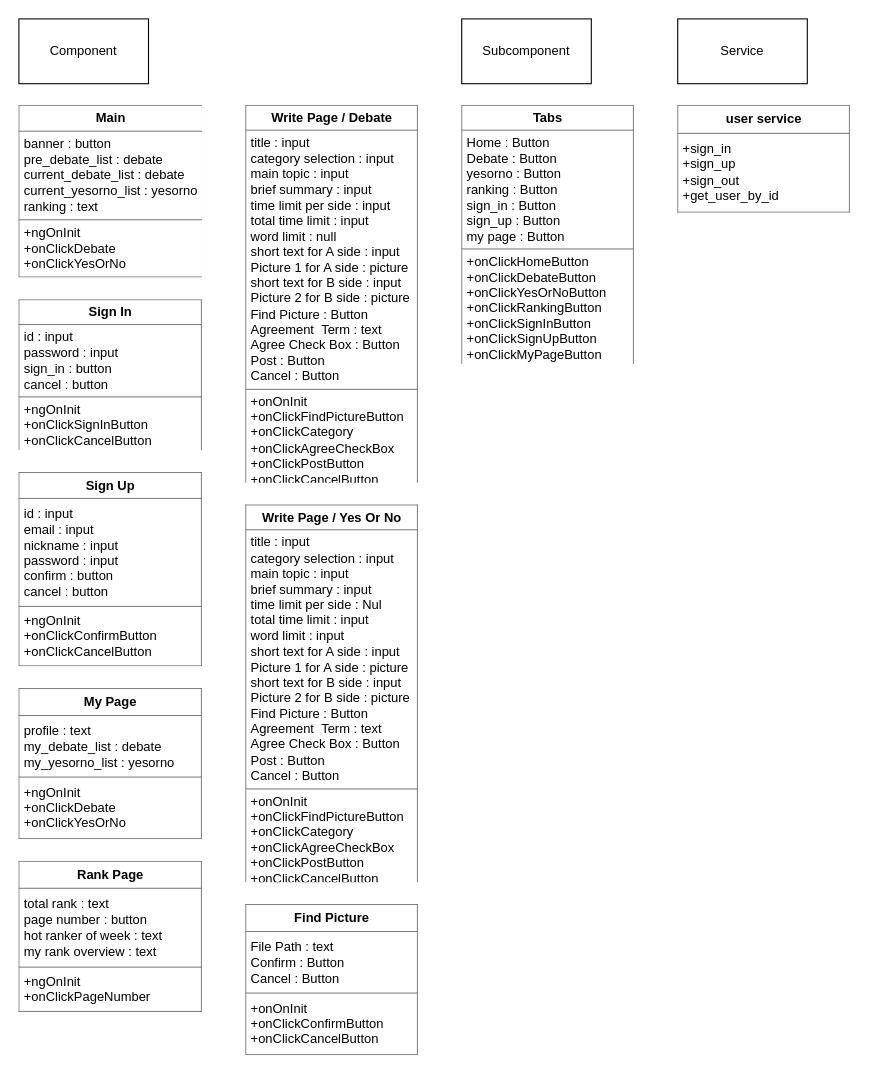
Above: design_and_planning/Main Component Final.drawio in monchana/TalkCraft (draw.io), before the change. Source tidied: cells renumbered, new cells numbered last; positions are measured from the earlier drawing's top-left corner, leaving out a move shared by most shapes. Both pictures are drawn from the tidied source at 108%, with x=0, y=0 at pixel (18, 18).
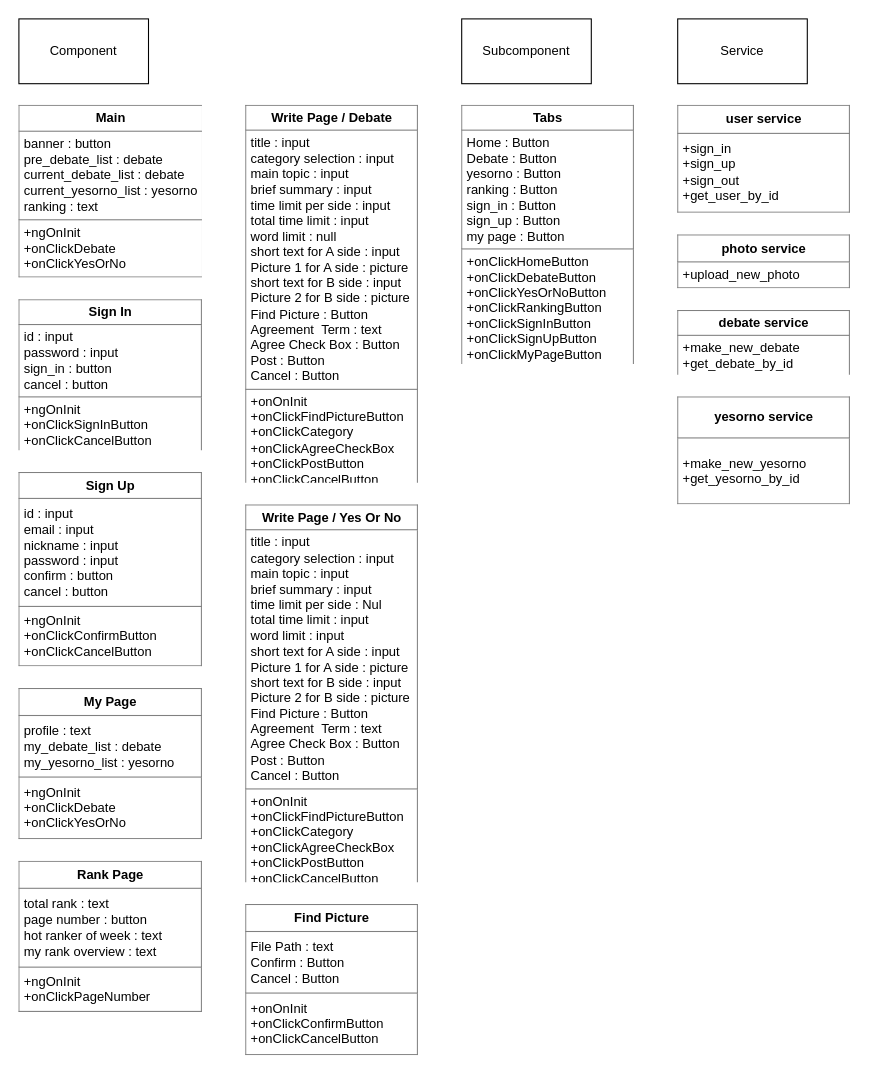
The same page after the edit.

Change to the diagram source:
```diff
@@
 <mxGraphModel>
   <root>
     <mxCell id="0" />
     <mxCell id="1" parent="0" />
     <mxCell id="2" value="Component" style="rounded=0;whiteSpace=wrap;html=1;" parent="1" vertex="1">
       <mxGeometry width="120" height="60" as="geometry" />
     </mxCell>
     <mxCell id="3" value="&lt;table border=&quot;1&quot; width=&quot;100%&quot; cellpadding=&quot;4&quot; style=&quot;width: 100% ; height: 100% ; border-collapse: collapse&quot;&gt;&lt;tbody&gt;&lt;tr&gt;&lt;th align=&quot;center&quot;&gt;&lt;b&gt;Main&lt;/b&gt;&lt;/th&gt;&lt;/tr&gt;&lt;tr&gt;&lt;td align=&quot;center&quot;&gt;&lt;div style=&quot;text-align: left&quot;&gt;banner : button&lt;/div&gt;&lt;div style=&quot;text-align: left&quot;&gt;pre_debate_list : debate&lt;/div&gt;&lt;div style=&quot;text-align: left&quot;&gt;current_debate_list : debate&lt;/div&gt;&lt;div style=&quot;text-align: left&quot;&gt;current_yesorno_list : yesorno&lt;/div&gt;&lt;div style=&quot;text-align: left&quot;&gt;ranking : text&lt;/div&gt;&lt;/td&gt;&lt;/tr&gt;&lt;tr&gt;&lt;td align=&quot;center&quot;&gt;&lt;div style=&quot;text-align: left&quot;&gt;+ngOnInit&lt;/div&gt;&lt;div style=&quot;text-align: left&quot;&gt;+onClickDebate&lt;/div&gt;&lt;div style=&quot;text-align: left&quot;&gt;+onClickYesOrNo&lt;/div&gt;&lt;/td&gt;&lt;/tr&gt;&lt;/tbody&gt;&lt;/table&gt;" style="text;html=1;strokeColor=none;fillColor=none;overflow=fill;align=left;" parent="1" vertex="1">
       <mxGeometry y="80" width="170" height="160" as="geometry" />
     </mxCell>
     <mxCell id="4" value="&lt;table border=&quot;1&quot; width=&quot;100%&quot; cellpadding=&quot;4&quot; style=&quot;width: 100% ; height: 100% ; border-collapse: collapse&quot;&gt;&lt;tbody&gt;&lt;tr&gt;&lt;th align=&quot;center&quot;&gt;&lt;b&gt;Sign In&lt;/b&gt;&lt;/th&gt;&lt;/tr&gt;&lt;tr&gt;&lt;td align=&quot;center&quot;&gt;&lt;div style=&quot;text-align: left&quot;&gt;id : input&lt;/div&gt;&lt;div style=&quot;text-align: left&quot;&gt;password : input&lt;/div&gt;&lt;div style=&quot;text-align: left&quot;&gt;sign_in : button&lt;/div&gt;&lt;div style=&quot;text-align: left&quot;&gt;cancel : button&lt;/div&gt;&lt;/td&gt;&lt;/tr&gt;&lt;tr&gt;&lt;td align=&quot;center&quot; style=&quot;text-align: left&quot;&gt;+ngOnInit&lt;br&gt;+onClickSignInButton&lt;br&gt;+onClickCancelButton&lt;/td&gt;&lt;/tr&gt;&lt;/tbody&gt;&lt;/table&gt;" style="text;html=1;strokeColor=none;fillColor=none;overflow=fill;align=left;" parent="1" vertex="1">
       <mxGeometry y="260" width="170" height="140" as="geometry" />
     </mxCell>
     <mxCell id="5" value="&lt;table border=&quot;1&quot; width=&quot;100%&quot; cellpadding=&quot;4&quot; style=&quot;width: 100% ; height: 100% ; border-collapse: collapse&quot;&gt;&lt;tbody&gt;&lt;tr&gt;&lt;th align=&quot;center&quot;&gt;&lt;b&gt;Rank Page&lt;/b&gt;&lt;/th&gt;&lt;/tr&gt;&lt;tr&gt;&lt;td align=&quot;center&quot; style=&quot;text-align: left&quot;&gt;total rank : text&lt;br&gt;page number : button&lt;br&gt;hot ranker of week : text&lt;br&gt;my rank overview : text&lt;/td&gt;&lt;/tr&gt;&lt;tr&gt;&lt;td align=&quot;center&quot; style=&quot;text-align: left&quot;&gt;+ngOnInit&lt;br&gt;+onClickPageNumber&lt;/td&gt;&lt;/tr&gt;&lt;/tbody&gt;&lt;/table&gt;" style="text;html=1;strokeColor=none;fillColor=none;overflow=fill;" parent="1" vertex="1">
       <mxGeometry y="780" width="170" height="140" as="geometry" />
     </mxCell>
     <mxCell id="6" value="&lt;table border=&quot;1&quot; width=&quot;100%&quot; cellpadding=&quot;4&quot; style=&quot;width: 100% ; height: 100% ; border-collapse: collapse&quot;&gt;&lt;tbody&gt;&lt;tr&gt;&lt;th align=&quot;center&quot;&gt;My Page&lt;/th&gt;&lt;/tr&gt;&lt;tr&gt;&lt;td align=&quot;center&quot; style=&quot;text-align: left&quot;&gt;profile : text&lt;br&gt;my_debate_list : debate&lt;br&gt;my_yesorno_list : yesorno&lt;/td&gt;&lt;/tr&gt;&lt;tr&gt;&lt;td align=&quot;center&quot; style=&quot;text-align: left&quot;&gt;+ngOnInit&lt;br&gt;+onClickDebate&lt;br&gt;+onClickYesOrNo&lt;/td&gt;&lt;/tr&gt;&lt;/tbody&gt;&lt;/table&gt;" style="text;html=1;strokeColor=none;fillColor=none;overflow=fill;align=left;" parent="1" vertex="1">
       <mxGeometry y="620" width="170" height="140" as="geometry" />
     </mxCell>
     <mxCell id="7" value="&lt;table border=&quot;1&quot; width=&quot;100%&quot; cellpadding=&quot;4&quot; style=&quot;width: 100% ; height: 100% ; border-collapse: collapse&quot;&gt;&lt;tbody&gt;&lt;tr&gt;&lt;th align=&quot;center&quot;&gt;&lt;b&gt;Sign Up&lt;/b&gt;&lt;/th&gt;&lt;/tr&gt;&lt;tr&gt;&lt;td align=&quot;center&quot;&gt;&lt;div style=&quot;text-align: left&quot;&gt;id : input&lt;/div&gt;&lt;div style=&quot;text-align: left&quot;&gt;email : input&lt;/div&gt;&lt;div style=&quot;text-align: left&quot;&gt;nickname : input&lt;/div&gt;&lt;div style=&quot;text-align: left&quot;&gt;password : input&lt;/div&gt;&lt;div style=&quot;text-align: left&quot;&gt;confirm : button&lt;/div&gt;&lt;div style=&quot;text-align: left&quot;&gt;cancel : button&lt;/div&gt;&lt;/td&gt;&lt;/tr&gt;&lt;tr&gt;&lt;td align=&quot;center&quot;&gt;&lt;div style=&quot;text-align: left&quot;&gt;+ngOnInit&lt;/div&gt;&lt;div style=&quot;text-align: left&quot;&gt;+onClickConfirmButton&lt;/div&gt;&lt;div style=&quot;text-align: left&quot;&gt;+onClickCancelButton&lt;/div&gt;&lt;/td&gt;&lt;/tr&gt;&lt;/tbody&gt;&lt;/table&gt;" style="text;html=1;strokeColor=none;fillColor=none;overflow=fill;align=left;" parent="1" vertex="1">
       <mxGeometry y="420" width="170" height="180" as="geometry" />
     </mxCell>
     <mxCell id="8" value="&lt;table border=&quot;1&quot; width=&quot;100%&quot; cellpadding=&quot;4&quot; style=&quot;width: 100% ; height: 100% ; border-collapse: collapse&quot;&gt;&lt;tbody&gt;&lt;tr&gt;&lt;th align=&quot;center&quot;&gt;Write Page / Debate&lt;/th&gt;&lt;/tr&gt;&lt;tr&gt;&lt;td align=&quot;center&quot;&gt;&lt;div style=&quot;text-align: left&quot;&gt;title : input&lt;/div&gt;&lt;div style=&quot;text-align: left&quot;&gt;category selection : input&lt;/div&gt;&lt;div style=&quot;text-align: left&quot;&gt;main topic : input&lt;/div&gt;&lt;div style=&quot;text-align: left&quot;&gt;brief summary : input&lt;/div&gt;&lt;div style=&quot;text-align: left&quot;&gt;time limit per side : input&lt;/div&gt;&lt;div style=&quot;text-align: left&quot;&gt;total time limit : input&lt;/div&gt;&lt;div style=&quot;text-align: left&quot;&gt;word limit : null&lt;/div&gt;&lt;div style=&quot;text-align: left&quot;&gt;short text for A side : input&lt;/div&gt;&lt;div style=&quot;text-align: left&quot;&gt;Picture 1 for A side : picture&lt;/div&gt;&lt;div style=&quot;text-align: left&quot;&gt;&lt;div&gt;short text for B side : input&lt;/div&gt;&lt;div&gt;Picture 2 for B side : picture&lt;/div&gt;&lt;/div&gt;&lt;div style=&quot;text-align: left&quot;&gt;Find Picture : Button&lt;/div&gt;&lt;div style=&quot;text-align: left&quot;&gt;Agreement &amp;nbsp;Term : text&lt;/div&gt;&lt;div style=&quot;text-align: left&quot;&gt;Agree Check Box : Button&lt;/div&gt;&lt;div style=&quot;text-align: left&quot;&gt;Post : Button&lt;/div&gt;&lt;div style=&quot;text-align: left&quot;&gt;Cancel : Button&lt;/div&gt;&lt;/td&gt;&lt;/tr&gt;&lt;tr&gt;&lt;td align=&quot;center&quot; style=&quot;text-align: left&quot;&gt;+onOnInit&lt;br&gt;+onClickFindPictureButton&lt;br&gt;+onClickCategory&lt;br&gt;+onClickAgreeCheckBox&lt;br&gt;+onClickPostButton&lt;br&gt;+onClickCancelButton&lt;/td&gt;&lt;/tr&gt;&lt;/tbody&gt;&lt;/table&gt;" style="text;html=1;strokeColor=none;fillColor=none;overflow=fill;align=left;" parent="1" vertex="1">
       <mxGeometry x="210" y="80" width="160" height="350" as="geometry" />
     </mxCell>
     <mxCell id="9" value="&lt;table border=&quot;1&quot; width=&quot;100%&quot; cellpadding=&quot;4&quot; style=&quot;width: 100% ; height: 100% ; border-collapse: collapse&quot;&gt;&lt;tbody&gt;&lt;tr&gt;&lt;th align=&quot;center&quot;&gt;Find Picture&lt;/th&gt;&lt;/tr&gt;&lt;tr&gt;&lt;td align=&quot;center&quot;&gt;&lt;div style=&quot;text-align: left&quot;&gt;File Path : text&lt;/div&gt;&lt;div style=&quot;text-align: left&quot;&gt;Confirm : Button&lt;/div&gt;&lt;div style=&quot;text-align: left&quot;&gt;Cancel : Button&lt;/div&gt;&lt;/td&gt;&lt;/tr&gt;&lt;tr&gt;&lt;td align=&quot;center&quot; style=&quot;text-align: left&quot;&gt;+onOnInit&lt;br&gt;+onClickConfirmButton&lt;br&gt;+onClickCancelButton&lt;/td&gt;&lt;/tr&gt;&lt;/tbody&gt;&lt;/table&gt;" style="text;html=1;strokeColor=none;fillColor=none;overflow=fill;align=left;" parent="1" vertex="1">
       <mxGeometry x="210" y="820" width="160" height="140" as="geometry" />
     </mxCell>
     <mxCell id="10" value="&lt;table border=&quot;1&quot; width=&quot;100%&quot; cellpadding=&quot;4&quot; style=&quot;width: 100% ; height: 100% ; border-collapse: collapse&quot;&gt;&lt;tbody&gt;&lt;tr&gt;&lt;th align=&quot;center&quot;&gt;Write Page / Yes Or No&lt;/th&gt;&lt;/tr&gt;&lt;tr&gt;&lt;td align=&quot;center&quot;&gt;&lt;div style=&quot;text-align: left&quot;&gt;title : input&lt;/div&gt;&lt;div style=&quot;text-align: left&quot;&gt;category selection : input&lt;/div&gt;&lt;div style=&quot;text-align: left&quot;&gt;main topic : input&lt;/div&gt;&lt;div style=&quot;text-align: left&quot;&gt;brief summary : input&lt;/div&gt;&lt;div style=&quot;text-align: left&quot;&gt;time limit per side : Nul&lt;/div&gt;&lt;div style=&quot;text-align: left&quot;&gt;total time limit : input&lt;/div&gt;&lt;div style=&quot;text-align: left&quot;&gt;word limit : input&lt;/div&gt;&lt;div style=&quot;text-align: left&quot;&gt;short text for A side : input&lt;/div&gt;&lt;div style=&quot;text-align: left&quot;&gt;Picture 1 for A side : picture&lt;/div&gt;&lt;div style=&quot;text-align: left&quot;&gt;&lt;div&gt;short text for B side : input&lt;/div&gt;&lt;div&gt;Picture 2 for B side : picture&lt;/div&gt;&lt;/div&gt;&lt;div style=&quot;text-align: left&quot;&gt;Find Picture : Button&lt;/div&gt;&lt;div style=&quot;text-align: left&quot;&gt;Agreement &amp;nbsp;Term : text&lt;/div&gt;&lt;div style=&quot;text-align: left&quot;&gt;Agree Check Box : Button&lt;/div&gt;&lt;div style=&quot;text-align: left&quot;&gt;Post : Button&lt;/div&gt;&lt;div style=&quot;text-align: left&quot;&gt;Cancel : Button&lt;/div&gt;&lt;/td&gt;&lt;/tr&gt;&lt;tr&gt;&lt;td align=&quot;center&quot; style=&quot;text-align: left&quot;&gt;+onOnInit&lt;br&gt;+onClickFindPictureButton&lt;br&gt;+onClickCategory&lt;br&gt;+onClickAgreeCheckBox&lt;br&gt;+onClickPostButton&lt;br&gt;+onClickCancelButton&lt;/td&gt;&lt;/tr&gt;&lt;/tbody&gt;&lt;/table&gt;" style="text;html=1;strokeColor=none;fillColor=none;overflow=fill;align=left;" parent="1" vertex="1">
       <mxGeometry x="210" y="450" width="160" height="350" as="geometry" />
     </mxCell>
     <mxCell id="11" value="&lt;table border=&quot;1&quot; width=&quot;100%&quot; cellpadding=&quot;4&quot; style=&quot;width: 100% ; height: 100% ; border-collapse: collapse&quot;&gt;&lt;tbody&gt;&lt;tr&gt;&lt;th align=&quot;center&quot;&gt;Tabs&lt;/th&gt;&lt;/tr&gt;&lt;tr&gt;&lt;td align=&quot;center&quot;&gt;&lt;div style=&quot;text-align: left&quot;&gt;Home : Button&lt;/div&gt;&lt;div style=&quot;text-align: left&quot;&gt;Debate : Button&lt;/div&gt;&lt;div style=&quot;text-align: left&quot;&gt;yesorno : Button&lt;/div&gt;&lt;div style=&quot;text-align: left&quot;&gt;ranking : Button&amp;nbsp;&lt;/div&gt;&lt;div style=&quot;text-align: left&quot;&gt;sign_in : Button&lt;/div&gt;&lt;div style=&quot;text-align: left&quot;&gt;sign_up : Button&lt;/div&gt;&lt;div style=&quot;text-align: left&quot;&gt;my page : Button&lt;/div&gt;&lt;/td&gt;&lt;/tr&gt;&lt;tr&gt;&lt;td align=&quot;center&quot; style=&quot;text-align: left&quot;&gt;+onClickHomeButton&lt;br&gt;+onClickDebateButton&lt;br&gt;+onClickYesOrNoButton&lt;br&gt;+onClickRankingButton&lt;br&gt;+onClickSignInButton&lt;br&gt;+&lt;span lang=&quot;EN-US&quot;&gt;onClickSignUpButton&lt;/span&gt;&lt;br&gt;+onClickMyPageButton&lt;br&gt;&lt;/td&gt;&lt;/tr&gt;&lt;/tbody&gt;&lt;/table&gt;" style="text;html=1;strokeColor=none;fillColor=none;overflow=fill;align=left;" parent="1" vertex="1">
       <mxGeometry x="410" y="80" width="160" height="240" as="geometry" />
     </mxCell>
     <mxCell id="12" value="Subcomponent" style="rounded=0;whiteSpace=wrap;html=1;" parent="1" vertex="1">
       <mxGeometry x="410" width="120" height="60" as="geometry" />
     </mxCell>
     <mxCell id="13" value="&lt;table border=&quot;1&quot; width=&quot;100%&quot; cellpadding=&quot;4&quot; style=&quot;width: 100% ; height: 100% ; border-collapse: collapse&quot;&gt;&lt;tbody&gt;&lt;tr&gt;&lt;th align=&quot;center&quot;&gt;user service&lt;/th&gt;&lt;/tr&gt;&lt;tr&gt;&lt;td align=&quot;center&quot;&gt;&lt;div style=&quot;text-align: left&quot;&gt;+sign_in&lt;/div&gt;&lt;div style=&quot;text-align: left&quot;&gt;+sign_up&lt;/div&gt;&lt;div style=&quot;text-align: left&quot;&gt;+sign_out&lt;/div&gt;&lt;div style=&quot;text-align: left&quot;&gt;+get_user_by_id&lt;/div&gt;&lt;/td&gt;&lt;/tr&gt;&lt;/tbody&gt;&lt;/table&gt;" style="text;html=1;strokeColor=none;fillColor=none;overflow=fill;align=left;" parent="1" vertex="1">
       <mxGeometry x="610" y="80" width="160" height="100" as="geometry" />
     </mxCell>
     <mxCell id="14" value="Service" style="rounded=0;whiteSpace=wrap;html=1;" parent="1" vertex="1">
       <mxGeometry x="610" width="120" height="60" as="geometry" />
     </mxCell>
+    <mxCell id="15" value="&lt;table border=&quot;1&quot; width=&quot;100%&quot; cellpadding=&quot;4&quot; style=&quot;width: 100% ; height: 100% ; border-collapse: collapse&quot;&gt;&lt;tbody&gt;&lt;tr&gt;&lt;th align=&quot;center&quot;&gt;photo service&lt;/th&gt;&lt;/tr&gt;&lt;tr&gt;&lt;td align=&quot;center&quot;&gt;&lt;div style=&quot;text-align: left&quot;&gt;+upload_new_photo&lt;/div&gt;&lt;/td&gt;&lt;/tr&gt;&lt;/tbody&gt;&lt;/table&gt;" style="text;html=1;strokeColor=none;fillColor=none;overflow=fill;align=left;" parent="1" vertex="1">
+      <mxGeometry x="610" y="200" width="160" height="50" as="geometry" />
+    </mxCell>
+    <mxCell id="16" value="&lt;table border=&quot;1&quot; width=&quot;100%&quot; cellpadding=&quot;4&quot; style=&quot;width: 100% ; height: 100% ; border-collapse: collapse&quot;&gt;&lt;tbody&gt;&lt;tr&gt;&lt;th align=&quot;center&quot;&gt;debate service&lt;/th&gt;&lt;/tr&gt;&lt;tr&gt;&lt;td align=&quot;center&quot;&gt;&lt;div style=&quot;text-align: left&quot;&gt;+make_new_debate&lt;/div&gt;&lt;div style=&quot;text-align: left&quot;&gt;+get_debate_by_id&lt;/div&gt;&lt;/td&gt;&lt;/tr&gt;&lt;/tbody&gt;&lt;/table&gt;" style="text;html=1;strokeColor=none;fillColor=none;overflow=fill;align=left;" parent="1" vertex="1">
+      <mxGeometry x="610" y="270" width="160" height="60" as="geometry" />
+    </mxCell>
+    <mxCell id="17" value="&lt;table border=&quot;1&quot; width=&quot;100%&quot; cellpadding=&quot;4&quot; style=&quot;width: 100% ; height: 100% ; border-collapse: collapse&quot;&gt;&lt;tbody&gt;&lt;tr&gt;&lt;th align=&quot;center&quot;&gt;yesorno service&lt;/th&gt;&lt;/tr&gt;&lt;tr&gt;&lt;td align=&quot;center&quot;&gt;&lt;div style=&quot;text-align: left&quot;&gt;+make_new_yesorno&lt;/div&gt;&lt;div style=&quot;text-align: left&quot;&gt;+get_yesorno_by_id&lt;/div&gt;&lt;/td&gt;&lt;/tr&gt;&lt;/tbody&gt;&lt;/table&gt;" style="text;html=1;strokeColor=none;fillColor=none;overflow=fill;align=left;" parent="1" vertex="1">
+      <mxGeometry x="610" y="350" width="160" height="100" as="geometry" />
+    </mxCell>
   </root>
 </mxGraphModel>
```
